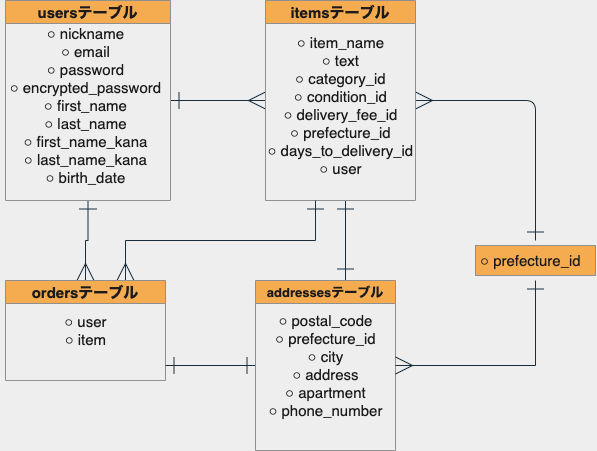
Earlier version of the draw.io export test.drawio.png (takayuki2315/furima-32625). Source tidied: cells renumbered, new cells last; positions are measured from the earlier drawing's top-left corner, leaving out a move shared by most shapes.
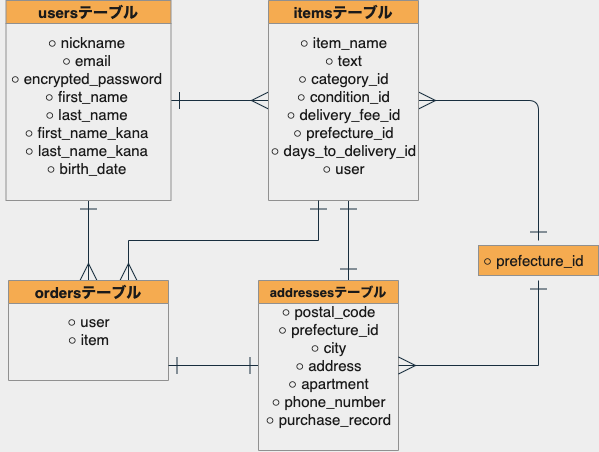
Above is the later version.

The edit, as a diff of the source:
```diff
@@ -9,13 +9,17 @@
       <mxGeometry relative="1" as="geometry" />
     </mxCell>
     <mxCell id="4" style="edgeStyle=orthogonalEdgeStyle;rounded=0;jettySize=auto;html=1;exitX=0.5;exitY=1;exitDx=0;exitDy=0;entryX=0.5;entryY=0;entryDx=0;entryDy=0;endArrow=ERmany;endFill=0;fontSize=15;startArrow=ERone;startFill=0;endSize=15;startSize=15;strokeColor=#182E3E;fontColor=#1A1A1A;labelBackgroundColor=#EEEEEE;" parent="1" edge="1" source="5" target="12">
-      <mxGeometry relative="1" as="geometry" />
+      <mxGeometry relative="1" as="geometry">
+        <Array as="points">
+          <mxPoint x="85" y="200" />
+        </Array>
+      </mxGeometry>
     </mxCell>
     <mxCell id="5" value="usersテーブル" style="swimlane;fontSize=15;fillColor=#F5AB50;strokeColor=#909090;fontColor=#1A1A1A;" parent="1" vertex="1">
-      <mxGeometry x="5" width="165" height="200" as="geometry" />
+      <mxGeometry x="2.5" width="165" height="200" as="geometry" />
     </mxCell>
-    <mxCell id="6" value="○ nickname&lt;br style=&quot;font-size: 15px&quot;&gt;○ email&lt;br style=&quot;font-size: 15px&quot;&gt;○ password&lt;br&gt;○ encrypted_password&lt;br style=&quot;font-size: 15px&quot;&gt;○ first_name&lt;br style=&quot;font-size: 15px&quot;&gt;○ last_name&lt;br style=&quot;font-size: 15px&quot;&gt;○ first_name_kana&lt;br style=&quot;font-size: 15px&quot;&gt;○ last_name_kana&lt;br style=&quot;font-size: 15px&quot;&gt;○ birth_date" style="text;html=1;align=center;verticalAlign=middle;fontSize=15;fontStyle=0;fontColor=#1A1A1A;" parent="5" vertex="1">
-      <mxGeometry x="-5" y="25" width="170" height="160" as="geometry" />
+    <mxCell id="6" value="○ nickname&lt;br style=&quot;font-size: 15px&quot;&gt;○ email&lt;br&gt;○ encrypted_password&lt;br style=&quot;font-size: 15px&quot;&gt;○ first_name&lt;br style=&quot;font-size: 15px&quot;&gt;○ last_name&lt;br style=&quot;font-size: 15px&quot;&gt;○ first_name_kana&lt;br style=&quot;font-size: 15px&quot;&gt;○ last_name_kana&lt;br style=&quot;font-size: 15px&quot;&gt;○ birth_date" style="text;html=1;align=center;verticalAlign=middle;fontSize=15;fontStyle=0;fontColor=#1A1A1A;" parent="5" vertex="1">
+      <mxGeometry x="-5" y="30" width="170" height="150" as="geometry" />
     </mxCell>
     <mxCell id="7" style="edgeStyle=orthogonalEdgeStyle;rounded=0;jettySize=auto;html=1;startArrow=ERone;startFill=0;startSize=15;endArrow=ERone;endFill=0;endSize=15;fontSize=15;strokeColor=#182E3E;fontColor=#1A1A1A;labelBackgroundColor=#EEEEEE;" parent="1" edge="1" source="9">
       <mxGeometry relative="1" as="geometry">
@@ -56,8 +60,8 @@
     <mxCell id="15" value="addressesテーブル" style="swimlane;fontSize=13;fillColor=#F5AB50;strokeColor=#909090;fontColor=#1A1A1A;" parent="1" vertex="1">
       <mxGeometry x="255" y="280" width="140" height="170" as="geometry" />
     </mxCell>
-    <mxCell id="16" value="○ postal_code&lt;br&gt;○ prefecture_id&lt;br&gt;○ city&lt;br&gt;○ address&lt;br&gt;○ apartment&lt;br&gt;○ phone_number" style="text;html=1;align=center;verticalAlign=middle;fontSize=15;fontColor=#1A1A1A;" parent="15" vertex="1">
-      <mxGeometry x="5" y="30" width="130" height="110" as="geometry" />
+    <mxCell id="16" value="○ postal_code&lt;br&gt;○ prefecture_id&lt;br&gt;○ city&lt;br&gt;○ address&lt;br&gt;○ apartment&lt;br&gt;○ phone_number&lt;br&gt;○ purchase_record" style="text;html=1;align=center;verticalAlign=middle;fontSize=15;fontColor=#1A1A1A;" parent="15" vertex="1">
+      <mxGeometry y="20" width="140" height="130" as="geometry" />
     </mxCell>
     <mxCell id="17" value="○ prefecture_id" style="text;html=1;align=center;verticalAlign=middle;fontSize=15;fontColor=#1A1A1A;" parent="1" vertex="1">
       <mxGeometry x="470" y="250" width="120" height="20" as="geometry" />
```
